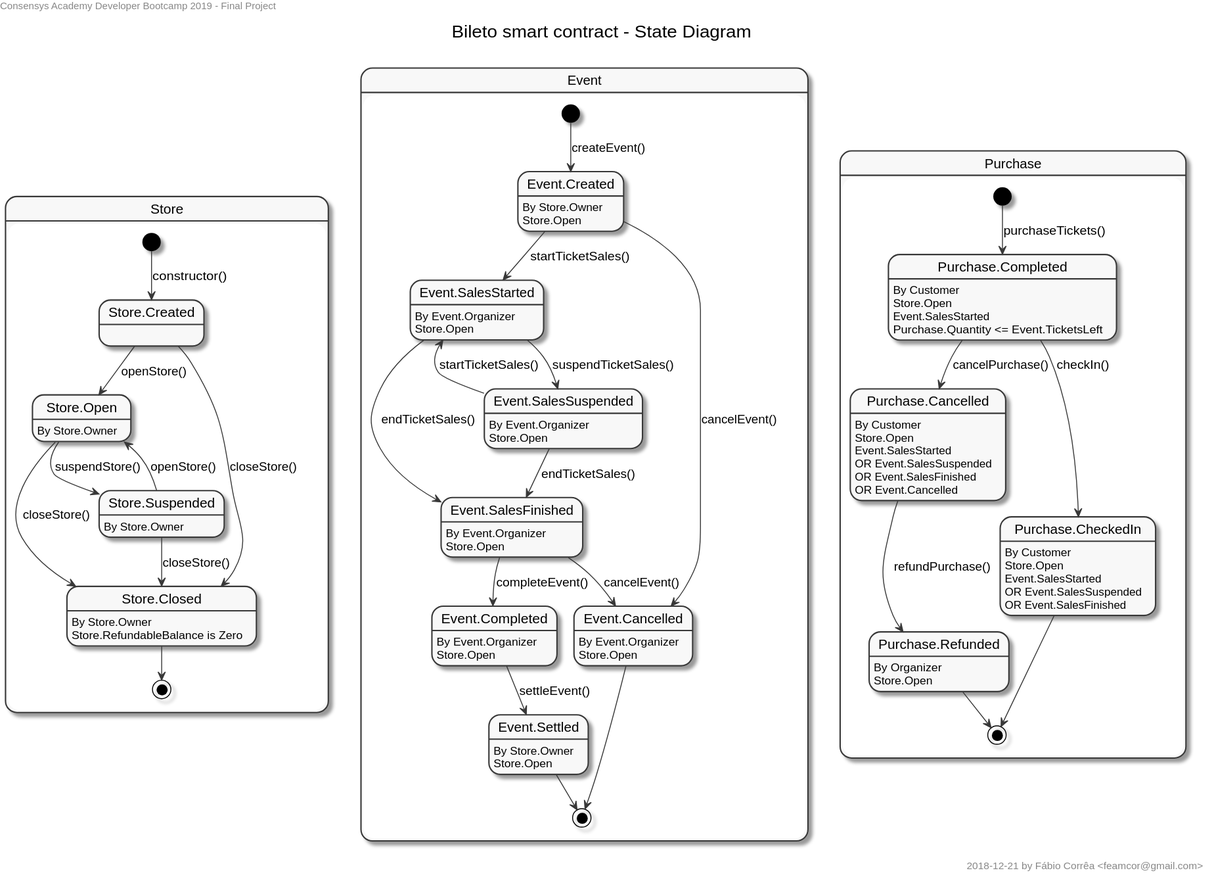
Earlier version of the PlantUML export bileto_state_diagram.svg (dev-bootcamp-2019/final-project-feamcor).
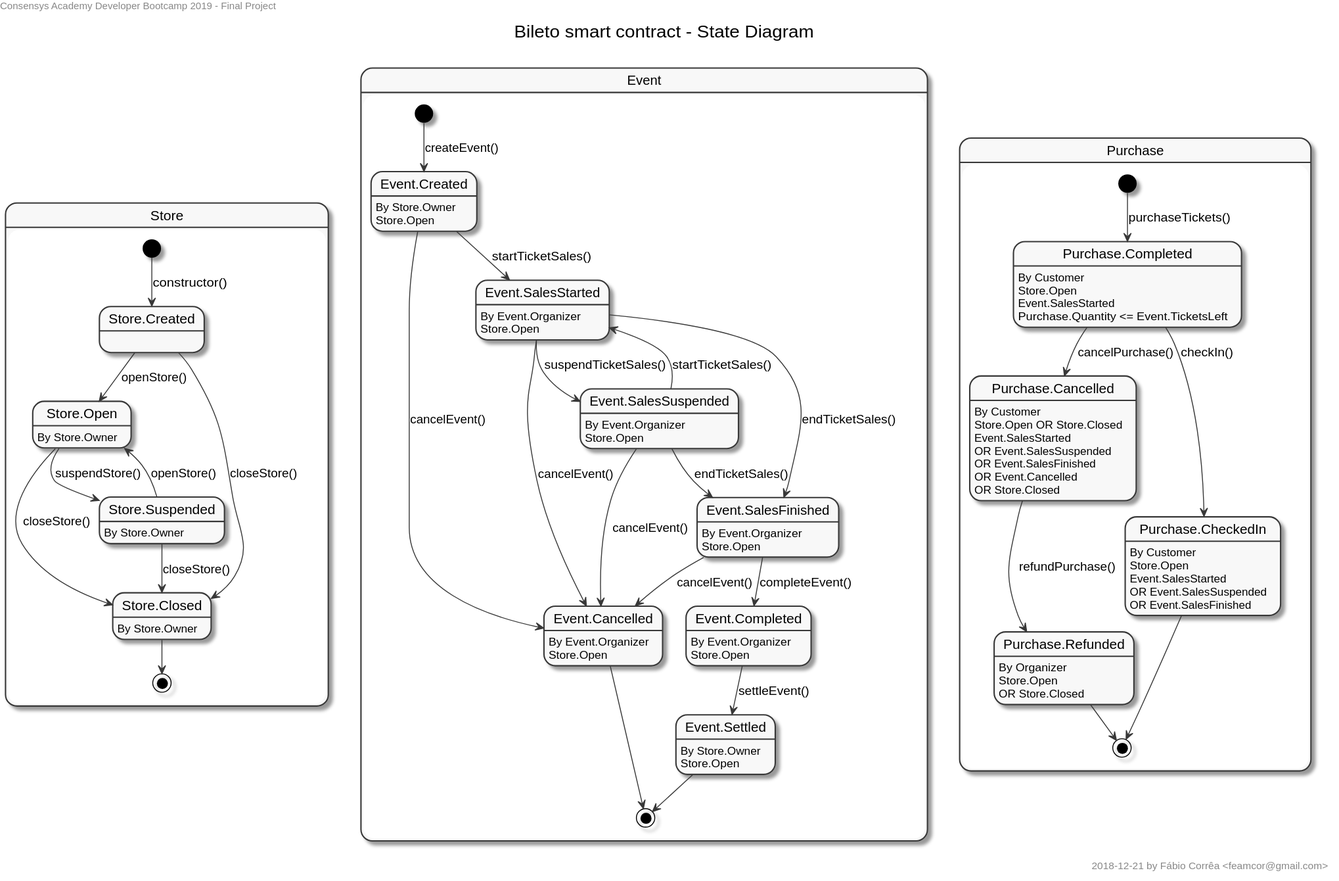
The same diagram one commit later.

Commit message:
Updated status of close store and cancellation

The edit, as a diff of the source:
```diff
@@ -16,7 +16,6 @@
     Store.Open --> Store.Closed: closeStore()
     Store.Suspended --> Store.Open: openStore()
     Store.Suspended --> Store.Closed: closeStore()
-    Store.Closed: Store.RefundableBalance is Zero
     Store.Closed --> [*]
 }
 
@@ -25,28 +24,30 @@
     Event.Created: By Store.Owner
     Event.Created: Store.Open
     Event.Created --> Event.SalesStarted: startTicketSales()
+    Event.Created --> Event.Cancelled: cancelEvent()
     Event.SalesStarted: By Event.Organizer
     Event.SalesStarted: Store.Open
-    Event.Created --> Event.Cancelled: cancelEvent()
-    Event.Cancelled: By Event.Organizer
-    Event.Cancelled: Store.Open
     Event.SalesStarted --> Event.SalesSuspended: suspendTicketSales()
+    Event.SalesStarted --> Event.SalesFinished: endTicketSales()
+    Event.SalesStarted --> Event.Cancelled: cancelEvent()
     Event.SalesSuspended: By Event.Organizer
     Event.SalesSuspended: Store.Open
-    Event.SalesStarted --> Event.SalesFinished: endTicketSales()
+    Event.SalesSuspended --> Event.SalesStarted: startTicketSales()
+    Event.SalesSuspended --> Event.SalesFinished: endTicketSales()
+    Event.SalesSuspended --> Event.Cancelled: cancelEvent()
     Event.SalesFinished: By Event.Organizer
     Event.SalesFinished: Store.Open
-    Event.SalesSuspended --> Event.SalesStarted: startTicketSales()
-    Event.SalesSuspended --> Event.SalesFinished: endTicketSales()
     Event.SalesFinished --> Event.Completed: completeEvent()
+    Event.SalesFinished --> Event.Cancelled: cancelEvent()
     Event.Completed: By Event.Organizer
     Event.Completed: Store.Open
-    Event.SalesFinished --> Event.Cancelled: cancelEvent()
     Event.Completed --> Event.Settled: settleEvent()
     Event.Settled: By Store.Owner
     Event.Settled: Store.Open
+    Event.Settled --> [*]
+    Event.Cancelled: By Event.Organizer
+    Event.Cancelled: Store.Open
     Event.Cancelled --> [*]
-    Event.Settled --> [*]
 }
 
 state Purchase {
@@ -57,14 +58,16 @@
     Purchase.Completed: Purchase.Quantity <= Event.TicketsLeft
     Purchase.Completed --> Purchase.Cancelled: cancelPurchase()
     Purchase.Cancelled: By Customer
-    Purchase.Cancelled: Store.Open
+    Purchase.Cancelled: Store.Open OR Store.Closed
     Purchase.Cancelled: Event.SalesStarted
     Purchase.Cancelled: OR Event.SalesSuspended
     Purchase.Cancelled: OR Event.SalesFinished
     Purchase.Cancelled: OR Event.Cancelled
+    Purchase.Cancelled: OR Store.Closed
     Purchase.Cancelled --> Purchase.Refunded: refundPurchase()
     Purchase.Refunded: By Organizer
     Purchase.Refunded: Store.Open
+    Purchase.Refunded: OR Store.Closed
     Purchase.Refunded --> [*]
     Purchase.Completed --> Purchase.CheckedIn: checkIn()
     Purchase.CheckedIn: By Customer
```
